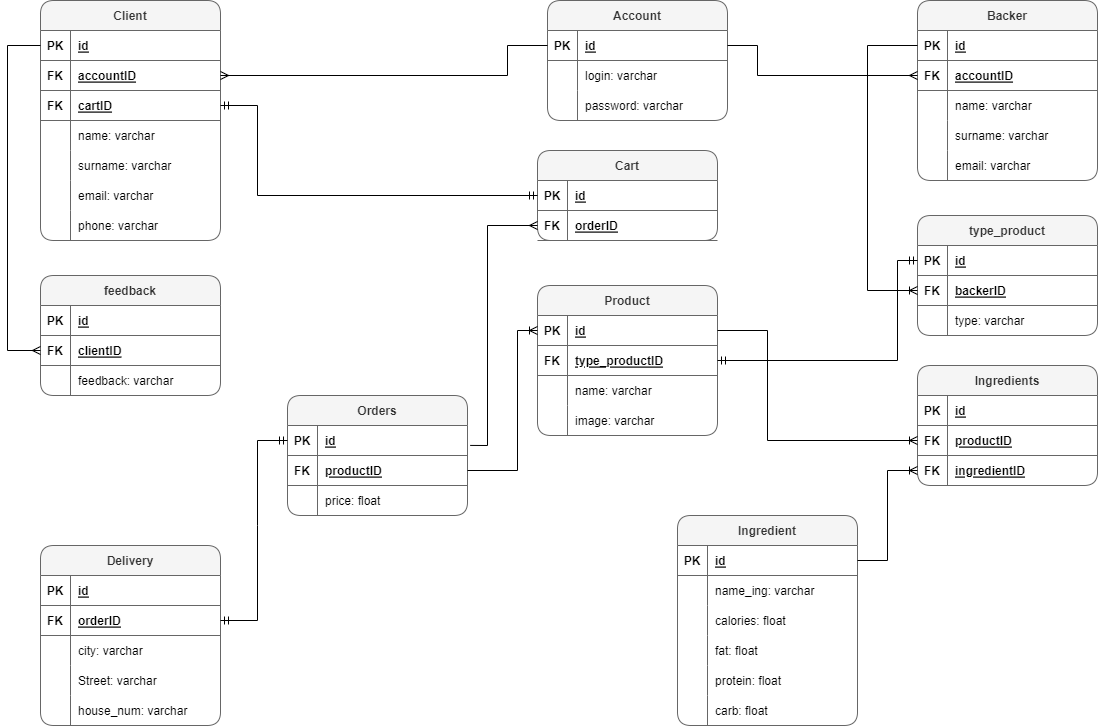
Lavelina/DB-LABS-2022 keeps this draw.io diagram as scheme.drawio.png. Above is the earlier version. Source tidied: cells renumbered, new cells last; positions are measured from the earlier drawing's top-left corner, leaving out a move shared by most shapes.
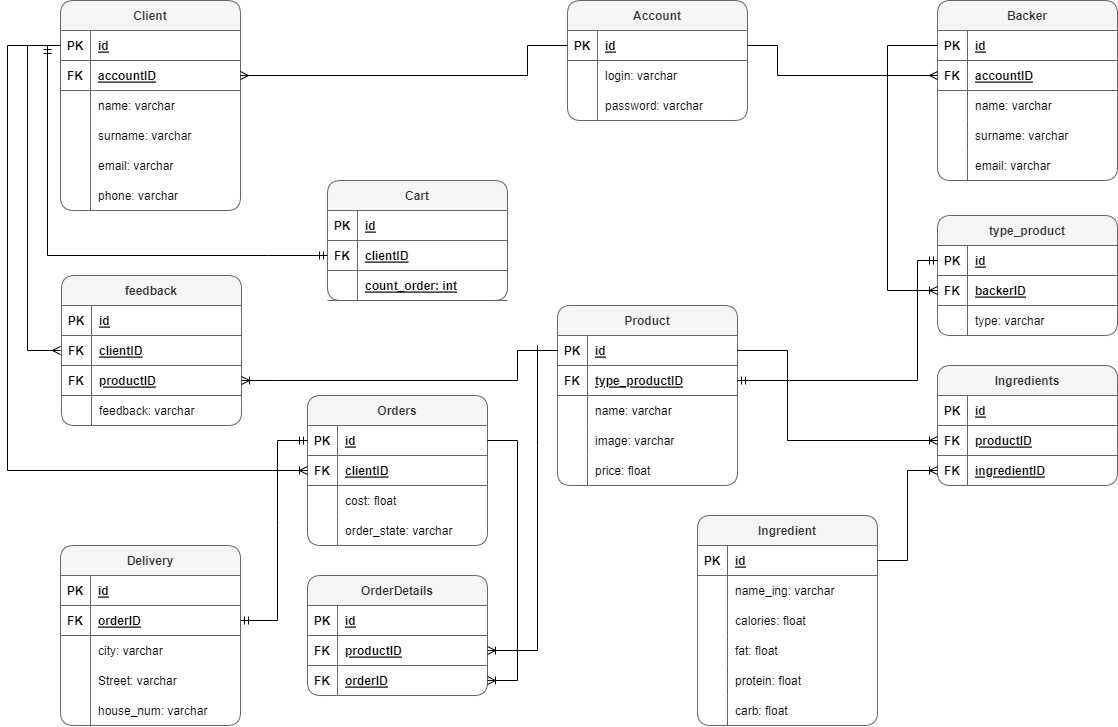
The same diagram one commit later.

The edit, as a diff of the source:
```diff
@@ -140,3 +140,3 @@
     <mxCell id="47" value="Client" style="shape=table;startSize=30;rowLines=0;fontStyle=1;align=center;rounded=1;fillColor=#f5f5f5;strokeColor=#666666;fontColor=#333333;" parent="1" vertex="1">
-      <mxGeometry x="33" width="180" height="240" as="geometry" />
+      <mxGeometry x="33" width="180" height="210" as="geometry" />
     </mxCell>
@@ -160,13 +160,4 @@
     </mxCell>
-    <mxCell id="54" style="shape=tableRow;horizontal=0;startSize=0;swimlaneHead=0;swimlaneBody=0;fillColor=none;points=[[0,0.5],[1,0.5]];portConstraint=eastwest;top=0;left=0;right=0;bottom=1;strokeColor=#666666;" parent="47" vertex="1">
-      <mxGeometry y="90" width="180" height="30" as="geometry" />
-    </mxCell>
-    <mxCell id="55" value="FK" style="shape=partialRectangle;fillColor=none;top=0;left=0;bottom=0;right=0;fontStyle=1;overflow=hidden;" parent="54" vertex="1">
-      <mxGeometry width="30" height="30" as="geometry" />
-    </mxCell>
-    <mxCell id="56" value="cartID" style="shape=partialRectangle;fillColor=none;top=0;left=0;bottom=0;right=0;align=left;spacingLeft=6;fontStyle=5;overflow=hidden;" parent="54" vertex="1">
-      <mxGeometry x="30" width="150" height="30" as="geometry" />
-    </mxCell>
     <mxCell id="57" style="shape=tableRow;horizontal=0;startSize=0;swimlaneHead=0;swimlaneBody=0;fillColor=none;top=0;left=0;right=0;bottom=0;" parent="47" vertex="1">
-      <mxGeometry y="120" width="180" height="30" as="geometry" />
+      <mxGeometry y="90" width="180" height="30" as="geometry" />
     </mxCell>
@@ -179,3 +170,3 @@
     <mxCell id="60" style="shape=tableRow;horizontal=0;startSize=0;swimlaneHead=0;swimlaneBody=0;fillColor=none;top=0;left=0;right=0;bottom=0;" parent="47" vertex="1">
-      <mxGeometry y="150" width="180" height="30" as="geometry" />
+      <mxGeometry y="120" width="180" height="30" as="geometry" />
     </mxCell>
@@ -188,3 +179,3 @@
     <mxCell id="63" style="shape=tableRow;horizontal=0;startSize=0;swimlaneHead=0;swimlaneBody=0;fillColor=none;top=0;left=0;right=0;bottom=0;" parent="47" vertex="1">
-      <mxGeometry y="180" width="180" height="30" as="geometry" />
+      <mxGeometry y="150" width="180" height="30" as="geometry" />
     </mxCell>
@@ -197,3 +188,3 @@
     <mxCell id="66" style="shape=tableRow;horizontal=0;startSize=0;swimlaneHead=0;swimlaneBody=0;fillColor=none;top=0;left=0;right=0;bottom=0;" parent="47" vertex="1">
-      <mxGeometry y="210" width="180" height="30" as="geometry" />
+      <mxGeometry y="180" width="180" height="30" as="geometry" />
     </mxCell>
@@ -266,3 +257,3 @@
     <mxCell id="89" value="Orders" style="shape=table;startSize=30;rowLines=0;fontStyle=1;align=center;rounded=1;fillColor=#f5f5f5;strokeColor=#666666;fontColor=#333333;" parent="1" vertex="1">
-      <mxGeometry x="280" y="395" width="180" height="120" as="geometry" />
+      <mxGeometry x="280" y="395" width="180" height="150" as="geometry" />
     </mxCell>
@@ -283,3 +274,3 @@
     </mxCell>
-    <mxCell id="95" value="productID" style="shape=partialRectangle;fillColor=none;top=0;left=0;bottom=0;right=0;align=left;spacingLeft=6;fontStyle=5;overflow=hidden;" parent="93" vertex="1">
+    <mxCell id="95" value="clientID" style="shape=partialRectangle;fillColor=none;top=0;left=0;bottom=0;right=0;align=left;spacingLeft=6;fontStyle=5;overflow=hidden;" parent="93" vertex="1">
       <mxGeometry x="30" width="150" height="30" as="geometry" />
@@ -292,35 +283,14 @@
     </mxCell>
-    <mxCell id="98" value="price: float" style="shape=partialRectangle;fillColor=none;top=0;left=0;bottom=0;right=0;align=left;spacingLeft=6;overflow=hidden;" parent="96" vertex="1">
+    <mxCell id="98" value="cost: float" style="shape=partialRectangle;fillColor=none;top=0;left=0;bottom=0;right=0;align=left;spacingLeft=6;overflow=hidden;" parent="96" vertex="1">
       <mxGeometry x="30" width="150" height="30" as="geometry" />
     </mxCell>
-    <mxCell id="99" value="feedback" style="shape=table;startSize=30;rowLines=0;fontStyle=1;align=center;rounded=1;fillColor=#f5f5f5;strokeColor=#666666;fontColor=#333333;" parent="1" vertex="1">
-      <mxGeometry x="33" y="275" width="180" height="120" as="geometry" />
-    </mxCell>
-    <mxCell id="100" style="shape=tableRow;horizontal=0;startSize=0;swimlaneHead=0;swimlaneBody=0;fillColor=none;top=0;left=0;right=0;bottom=1;strokeColor=#666666;" parent="99" vertex="1">
-      <mxGeometry y="30" width="180" height="30" as="geometry" />
-    </mxCell>
-    <mxCell id="101" value="PK" style="shape=partialRectangle;fillColor=none;top=0;left=0;bottom=0;right=0;fontStyle=1;overflow=hidden;" parent="100" vertex="1">
-      <mxGeometry width="30" height="30" as="geometry" />
-    </mxCell>
-    <mxCell id="102" value="id" style="shape=partialRectangle;fillColor=none;top=0;left=0;bottom=0;right=0;align=left;spacingLeft=6;fontStyle=5;overflow=hidden;" parent="100" vertex="1">
-      <mxGeometry x="30" width="150" height="30" as="geometry" />
-    </mxCell>
-    <mxCell id="103" style="shape=tableRow;horizontal=0;startSize=0;swimlaneHead=0;swimlaneBody=0;fillColor=none;points=[[0,0.5],[1,0.5]];portConstraint=eastwest;top=0;left=0;right=0;bottom=1;strokeColor=#666666;" parent="99" vertex="1">
-      <mxGeometry y="60" width="180" height="30" as="geometry" />
-    </mxCell>
-    <mxCell id="104" value="FK" style="shape=partialRectangle;fillColor=none;top=0;left=0;bottom=0;right=0;fontStyle=1;overflow=hidden;" parent="103" vertex="1">
-      <mxGeometry width="30" height="30" as="geometry" />
-    </mxCell>
-    <mxCell id="105" value="clientID" style="shape=partialRectangle;fillColor=none;top=0;left=0;bottom=0;right=0;align=left;spacingLeft=6;fontStyle=5;overflow=hidden;" parent="103" vertex="1">
-      <mxGeometry x="30" width="150" height="30" as="geometry" />
-    </mxCell>
-    <mxCell id="106" style="shape=tableRow;horizontal=0;startSize=0;swimlaneHead=0;swimlaneBody=0;fillColor=none;top=0;left=0;right=0;bottom=0;" parent="99" vertex="1">
-      <mxGeometry y="90" width="180" height="30" as="geometry" />
-    </mxCell>
-    <mxCell id="107" style="shape=partialRectangle;fillColor=none;top=0;left=0;bottom=0;right=0;overflow=hidden;" parent="106" vertex="1">
-      <mxGeometry width="30" height="30" as="geometry" />
-    </mxCell>
-    <mxCell id="108" value="feedback: varchar" style="shape=partialRectangle;fillColor=none;top=0;left=0;bottom=0;right=0;align=left;spacingLeft=6;overflow=hidden;" parent="106" vertex="1">
-      <mxGeometry x="30" width="150" height="30" as="geometry" />
-    </mxCell>
+    <mxCell id="160" style="shape=tableRow;horizontal=0;startSize=0;swimlaneHead=0;swimlaneBody=0;fillColor=none;top=0;left=0;right=0;bottom=0;" parent="89" vertex="1">
+      <mxGeometry y="120" width="180" height="30" as="geometry" />
+    </mxCell>
+    <mxCell id="161" style="shape=partialRectangle;fillColor=none;top=0;left=0;bottom=0;right=0;overflow=hidden;" parent="160" vertex="1">
+      <mxGeometry width="30" height="30" as="geometry" />
+    </mxCell>
+    <mxCell id="162" value="order_state: varchar" style="shape=partialRectangle;fillColor=none;top=0;left=0;bottom=0;right=0;align=left;spacingLeft=6;overflow=hidden;" parent="160" vertex="1">
+      <mxGeometry x="30" width="150" height="30" as="geometry" />
+    </mxCell>
     <mxCell id="109" style="shape=tableRow;horizontal=0;startSize=0;swimlaneHead=0;swimlaneBody=0;fillColor=none;top=0;left=0;right=0;bottom=0;" parent="1" vertex="1">
@@ -386,3 +356,3 @@
     <mxCell id="129" value="Product" style="shape=table;startSize=30;rowLines=0;fontStyle=1;align=center;rounded=1;fillColor=#f5f5f5;strokeColor=#666666;fontColor=#333333;" parent="1" vertex="1">
-      <mxGeometry x="530" y="285" width="180" height="150" as="geometry" />
+      <mxGeometry x="530" y="305" width="180" height="180" as="geometry" />
     </mxCell>
@@ -412,3 +382,3 @@
     </mxCell>
-    <mxCell id="138" value="name: varchar" style="shape=partialRectangle;fillColor=none;top=0;left=0;bottom=0;right=0;align=left;spacingLeft=6;overflow=hidden;" parent="136" vertex="1">
+    <mxCell id="138" value="name: varchar " style="shape=partialRectangle;fillColor=none;top=0;left=0;bottom=0;right=0;align=left;spacingLeft=6;overflow=hidden;" parent="136" vertex="1">
       <mxGeometry x="30" width="150" height="30" as="geometry" />
@@ -424,4 +394,13 @@
     </mxCell>
+    <mxCell id="163" style="shape=tableRow;horizontal=0;startSize=0;swimlaneHead=0;swimlaneBody=0;fillColor=none;top=0;left=0;right=0;bottom=0;" parent="129" vertex="1">
+      <mxGeometry y="150" width="180" height="30" as="geometry" />
+    </mxCell>
+    <mxCell id="164" style="shape=partialRectangle;fillColor=none;top=0;left=0;bottom=0;right=0;overflow=hidden;" parent="163" vertex="1">
+      <mxGeometry width="30" height="30" as="geometry" />
+    </mxCell>
+    <mxCell id="165" value="price: float" style="shape=partialRectangle;fillColor=none;top=0;left=0;bottom=0;right=0;align=left;spacingLeft=6;overflow=hidden;" parent="163" vertex="1">
+      <mxGeometry x="30" width="150" height="30" as="geometry" />
+    </mxCell>
     <mxCell id="142" value="Cart" style="shape=table;startSize=30;rowLines=0;fontStyle=1;align=center;rounded=1;fillColor=#f5f5f5;strokeColor=#666666;fontColor=#333333;" parent="1" vertex="1">
-      <mxGeometry x="530" y="150" width="180" height="90" as="geometry" />
+      <mxGeometry x="300" y="180" width="180" height="120" as="geometry" />
     </mxCell>
@@ -442,5 +421,14 @@
     </mxCell>
-    <mxCell id="148" value="orderID" style="shape=partialRectangle;fillColor=none;top=0;left=0;bottom=0;right=0;align=left;spacingLeft=6;fontStyle=5;overflow=hidden;strokeColor=#666666;" parent="146" vertex="1">
+    <mxCell id="148" value="clientID" style="shape=partialRectangle;fillColor=none;top=0;left=0;bottom=0;right=0;align=left;spacingLeft=6;fontStyle=5;overflow=hidden;strokeColor=#666666;" parent="146" vertex="1">
       <mxGeometry x="30" width="150" height="30" as="geometry" />
     </mxCell>
+    <mxCell id="166" style="shape=tableRow;horizontal=0;startSize=0;swimlaneHead=0;swimlaneBody=0;fillColor=none;top=0;left=0;right=0;bottom=1;strokeColor=#666666;" parent="142" vertex="1">
+      <mxGeometry y="90" width="180" height="30" as="geometry" />
+    </mxCell>
+    <mxCell id="167" style="shape=partialRectangle;fillColor=none;top=0;left=0;bottom=0;right=0;fontStyle=1;overflow=hidden;" parent="166" vertex="1">
+      <mxGeometry width="30" height="30" as="geometry" />
+    </mxCell>
+    <mxCell id="168" value="count_order: int" style="shape=partialRectangle;fillColor=none;top=0;left=0;bottom=0;right=0;align=left;spacingLeft=6;fontStyle=5;overflow=hidden;" parent="166" vertex="1">
+      <mxGeometry x="30" width="150" height="30" as="geometry" />
+    </mxCell>
     <mxCell id="149" style="fontSize=12;html=1;endArrow=ERmany;rounded=0;exitX=0;exitY=0.5;exitDx=0;exitDy=0;entryX=1;entryY=0.5;entryDx=0;entryDy=0;" parent="1" edge="1" source="38" target="51">
@@ -453,4 +441,5 @@
     </mxCell>
-    <mxCell id="150" style="fontSize=12;html=1;endArrow=ERmany;rounded=0;exitX=0;exitY=0.5;exitDx=0;exitDy=0;entryX=0;entryY=0.5;entryDx=0;entryDy=0;" parent="1" edge="1" source="48" target="103">
+    <mxCell id="150" style="fontSize=12;html=1;endArrow=ERmany;rounded=0;exitX=0;exitY=0.5;exitDx=0;exitDy=0;entryX=0;entryY=0.5;entryDx=0;entryDy=0;" parent="1" edge="1" source="48">
       <mxGeometry relative="1" as="geometry">
+        <mxPoint x="33" y="350" as="targetPoint" />
         <Array as="points">
@@ -461,7 +450,8 @@
     </mxCell>
-    <mxCell id="151" style="fontSize=12;html=1;endArrow=ERmandOne;startArrow=ERmandOne;rounded=0;exitX=1;exitY=0.5;exitDx=0;exitDy=0;entryX=0;entryY=0.5;entryDx=0;entryDy=0;" parent="1" edge="1" source="54" target="143">
+    <mxCell id="151" style="fontSize=12;html=1;endArrow=ERmandOne;startArrow=ERmandOne;rounded=0;entryX=0;entryY=0.5;entryDx=0;entryDy=0;" parent="1" edge="1" target="146">
       <mxGeometry relative="1" as="geometry">
+        <mxPoint x="20" y="45" as="sourcePoint" />
         <Array as="points">
-          <mxPoint x="250" y="105" />
-          <mxPoint x="250" y="195" />
+          <mxPoint x="20" y="255" />
+          <mxPoint x="240" y="255" />
         </Array>
@@ -478,18 +468,2 @@
     </mxCell>
-    <mxCell id="153" style="fontSize=12;html=1;endArrow=ERoneToMany;rounded=0;exitX=1;exitY=0.5;exitDx=0;exitDy=0;entryX=0;entryY=0.5;entryDx=0;entryDy=0;" parent="1" edge="1" source="93" target="130">
-      <mxGeometry relative="1" as="geometry">
-        <Array as="points">
-          <mxPoint x="510" y="470" />
-          <mxPoint x="510" y="330" />
-        </Array>
-      </mxGeometry>
-    </mxCell>
-    <mxCell id="154" style="fontSize=12;html=1;endArrow=ERmany;rounded=0;exitX=1.015;exitY=0.664;exitDx=0;exitDy=0;exitPerimeter=0;entryX=0;entryY=0.5;entryDx=0;entryDy=0;" parent="1" edge="1" source="90" target="146">
-      <mxGeometry relative="1" as="geometry">
-        <Array as="points">
-          <mxPoint x="480" y="445" />
-          <mxPoint x="480" y="225" />
-        </Array>
-      </mxGeometry>
-    </mxCell>
     <mxCell id="155" style="fontSize=12;html=1;endArrow=ERmandOne;startArrow=ERmandOne;rounded=0;exitX=1;exitY=0.5;exitDx=0;exitDy=0;entryX=0;entryY=0.5;entryDx=0;entryDy=0;" parent="1" edge="1" source="133" target="70">
@@ -497,3 +471,3 @@
         <Array as="points">
-          <mxPoint x="890" y="360" />
+          <mxPoint x="890" y="380" />
           <mxPoint x="890" y="260" />
@@ -521,3 +495,3 @@
         <Array as="points">
-          <mxPoint x="760" y="330" />
+          <mxPoint x="760" y="350" />
           <mxPoint x="760" y="440" />
@@ -534,2 +508,106 @@
     </mxCell>
+    <mxCell id="99" value="feedback" style="shape=table;startSize=30;rowLines=0;fontStyle=1;align=center;rounded=1;fillColor=#f5f5f5;strokeColor=#666666;fontColor=#333333;" parent="1" vertex="1">
+      <mxGeometry x="34" y="275" width="180" height="150" as="geometry" />
+    </mxCell>
+    <mxCell id="169" style="shape=tableRow;horizontal=0;startSize=0;swimlaneHead=0;swimlaneBody=0;fillColor=none;top=0;left=0;right=0;bottom=1;strokeColor=#666666;" parent="99" vertex="1">
+      <mxGeometry y="30" width="180" height="30" as="geometry" />
+    </mxCell>
+    <mxCell id="170" value="PK" style="shape=partialRectangle;fillColor=none;top=0;left=0;bottom=0;right=0;fontStyle=1;overflow=hidden;" parent="169" vertex="1">
+      <mxGeometry width="30" height="30" as="geometry" />
+    </mxCell>
+    <mxCell id="171" value="id" style="shape=partialRectangle;fillColor=none;top=0;left=0;bottom=0;right=0;align=left;spacingLeft=6;fontStyle=5;overflow=hidden;" parent="169" vertex="1">
+      <mxGeometry x="30" width="150" height="30" as="geometry" />
+    </mxCell>
+    <mxCell id="172" style="shape=tableRow;horizontal=0;startSize=0;swimlaneHead=0;swimlaneBody=0;fillColor=none;top=0;left=0;right=0;bottom=1;strokeColor=#666666;" parent="99" vertex="1">
+      <mxGeometry y="60" width="180" height="30" as="geometry" />
+    </mxCell>
+    <mxCell id="173" value="FK" style="shape=partialRectangle;fillColor=none;top=0;left=0;bottom=0;right=0;fontStyle=1;overflow=hidden;" parent="172" vertex="1">
+      <mxGeometry width="30" height="30" as="geometry" />
+    </mxCell>
+    <mxCell id="105" value="clientID" style="shape=partialRectangle;fillColor=none;top=0;left=0;bottom=0;right=0;align=left;spacingLeft=6;fontStyle=5;overflow=hidden;" parent="172" vertex="1">
+      <mxGeometry x="30" width="150" height="30" as="geometry" />
+    </mxCell>
+    <mxCell id="174" style="shape=tableRow;horizontal=0;startSize=0;swimlaneHead=0;swimlaneBody=0;fillColor=none;points=[[0,0.5],[1,0.5]];portConstraint=eastwest;top=0;left=0;right=0;bottom=1;strokeColor=#666666;" parent="99" vertex="1">
+      <mxGeometry y="90" width="180" height="30" as="geometry" />
+    </mxCell>
+    <mxCell id="175" value="FK" style="shape=partialRectangle;fillColor=none;top=0;left=0;bottom=0;right=0;fontStyle=1;overflow=hidden;" parent="174" vertex="1">
+      <mxGeometry width="30" height="30" as="geometry" />
+    </mxCell>
+    <mxCell id="176" value="productID" style="shape=partialRectangle;fillColor=none;top=0;left=0;bottom=0;right=0;align=left;spacingLeft=6;fontStyle=5;overflow=hidden;" parent="174" vertex="1">
+      <mxGeometry x="30" width="150" height="30" as="geometry" />
+    </mxCell>
+    <mxCell id="177" style="shape=tableRow;horizontal=0;startSize=0;swimlaneHead=0;swimlaneBody=0;fillColor=none;top=0;left=0;right=0;bottom=0;" parent="99" vertex="1">
+      <mxGeometry y="120" width="180" height="30" as="geometry" />
+    </mxCell>
+    <mxCell id="178" style="shape=partialRectangle;fillColor=none;top=0;left=0;bottom=0;right=0;overflow=hidden;" parent="177" vertex="1">
+      <mxGeometry width="30" height="30" as="geometry" />
+    </mxCell>
+    <mxCell id="108" value="feedback: varchar" style="shape=partialRectangle;fillColor=none;top=0;left=0;bottom=0;right=0;align=left;spacingLeft=6;overflow=hidden;" parent="177" vertex="1">
+      <mxGeometry x="30" width="150" height="30" as="geometry" />
+    </mxCell>
+    <mxCell id="179" value="OrderDetails" style="shape=table;startSize=30;rowLines=0;fontStyle=1;align=center;rounded=1;fillColor=#f5f5f5;strokeColor=#666666;fontColor=#333333;" parent="1" vertex="1">
+      <mxGeometry x="280" y="575" width="180" height="120" as="geometry" />
+    </mxCell>
+    <mxCell id="180" style="shape=tableRow;horizontal=0;startSize=0;swimlaneHead=0;swimlaneBody=0;fillColor=none;top=0;left=0;right=0;bottom=1;strokeColor=#666666;" parent="179" vertex="1">
+      <mxGeometry y="30" width="180" height="30" as="geometry" />
+    </mxCell>
+    <mxCell id="181" value="PK" style="shape=partialRectangle;fillColor=none;top=0;left=0;bottom=0;right=0;fontStyle=1;overflow=hidden;" parent="180" vertex="1">
+      <mxGeometry width="30" height="30" as="geometry" />
+    </mxCell>
+    <mxCell id="182" value="id" style="shape=partialRectangle;fillColor=none;top=0;left=0;bottom=0;right=0;align=left;spacingLeft=6;fontStyle=5;overflow=hidden;" parent="180" vertex="1">
+      <mxGeometry x="30" width="150" height="30" as="geometry" />
+    </mxCell>
+    <mxCell id="183" style="shape=tableRow;horizontal=0;startSize=0;swimlaneHead=0;swimlaneBody=0;fillColor=none;points=[[0,0.5],[1,0.5]];portConstraint=eastwest;top=0;left=0;right=0;bottom=1;strokeColor=#666666;" parent="179" vertex="1">
+      <mxGeometry y="60" width="180" height="30" as="geometry" />
+    </mxCell>
+    <mxCell id="184" value="FK" style="shape=partialRectangle;fillColor=none;top=0;left=0;bottom=0;right=0;fontStyle=1;overflow=hidden;" parent="183" vertex="1">
+      <mxGeometry width="30" height="30" as="geometry" />
+    </mxCell>
+    <mxCell id="185" value="productID" style="shape=partialRectangle;fillColor=none;top=0;left=0;bottom=0;right=0;align=left;spacingLeft=6;fontStyle=5;overflow=hidden;" parent="183" vertex="1">
+      <mxGeometry x="30" width="150" height="30" as="geometry" />
+    </mxCell>
+    <mxCell id="186" style="shape=tableRow;horizontal=0;startSize=0;swimlaneHead=0;swimlaneBody=0;fillColor=none;points=[[0,0.5],[1,0.5]];portConstraint=eastwest;top=0;left=0;right=0;bottom=1;strokeColor=none;" parent="179" vertex="1">
+      <mxGeometry y="90" width="180" height="30" as="geometry" />
+    </mxCell>
+    <mxCell id="187" value="FK" style="shape=partialRectangle;fillColor=none;top=0;left=0;bottom=0;right=0;fontStyle=1;overflow=hidden;" parent="186" vertex="1">
+      <mxGeometry width="30" height="30" as="geometry" />
+    </mxCell>
+    <mxCell id="188" value="orderID" style="shape=partialRectangle;fillColor=none;top=0;left=0;bottom=0;right=0;align=left;spacingLeft=6;fontStyle=5;overflow=hidden;" parent="186" vertex="1">
+      <mxGeometry x="30" width="150" height="30" as="geometry" />
+    </mxCell>
+    <mxCell id="189" style="fontSize=12;html=1;endArrow=ERoneToMany;rounded=0;entryX=0;entryY=0.5;entryDx=0;entryDy=0;" parent="1" edge="1" target="93">
+      <mxGeometry relative="1" as="geometry">
+        <mxPoint y="45" as="sourcePoint" />
+        <Array as="points">
+          <mxPoint x="-20" y="45" />
+          <mxPoint x="-20" y="470" />
+        </Array>
+      </mxGeometry>
+    </mxCell>
+    <mxCell id="190" style="fontSize=12;html=1;endArrow=ERoneToMany;rounded=0;exitX=0;exitY=0.5;exitDx=0;exitDy=0;entryX=1;entryY=0.5;entryDx=0;entryDy=0;" parent="1" edge="1" source="130" target="174">
+      <mxGeometry relative="1" as="geometry">
+        <Array as="points">
+          <mxPoint x="490" y="350" />
+          <mxPoint x="490" y="380" />
+          <mxPoint x="250" y="380" />
+        </Array>
+      </mxGeometry>
+    </mxCell>
+    <mxCell id="191" style="fontSize=12;html=1;endArrow=ERoneToMany;rounded=0;entryX=1;entryY=0.5;entryDx=0;entryDy=0;" parent="1" edge="1" target="183">
+      <mxGeometry relative="1" as="geometry">
+        <mxPoint x="510" y="345" as="sourcePoint" />
+        <Array as="points">
+          <mxPoint x="510" y="445" />
+          <mxPoint x="510" y="650" />
+        </Array>
+      </mxGeometry>
+    </mxCell>
+    <mxCell id="192" style="fontSize=12;html=1;endArrow=ERoneToMany;rounded=0;entryX=1;entryY=0.5;entryDx=0;entryDy=0;exitX=1;exitY=0.5;exitDx=0;exitDy=0;" parent="1" edge="1" source="90" target="186">
+      <mxGeometry relative="1" as="geometry">
+        <Array as="points">
+          <mxPoint x="490" y="440" />
+          <mxPoint x="490" y="680" />
+        </Array>
+      </mxGeometry>
+    </mxCell>
   </root>
```
